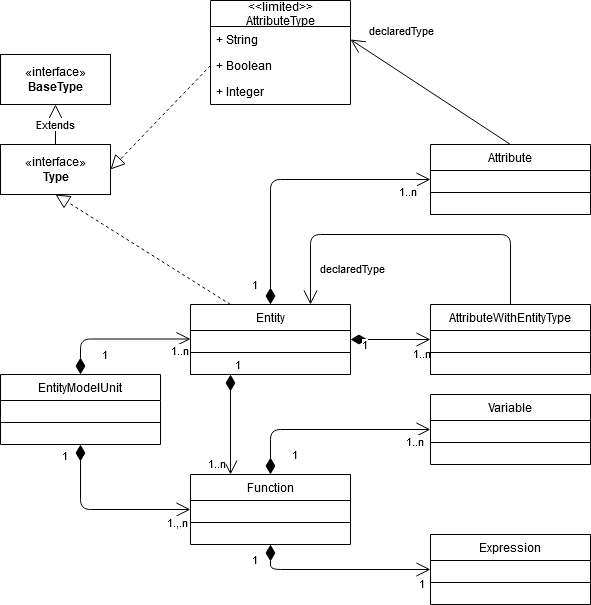
Above: packages/docs/version005/images/example-uml-diagram.png in freon4dsl/Freon4dsl (draw.io), before the change. Source tidied: cells renumbered, new cells last; positions are measured from the earlier drawing's top-left corner, leaving out a move shared by most shapes. The source it was exported from:
```xml
<mxGraphModel>
  <root>
    <mxCell id="0" />
    <mxCell id="1" parent="0" />
    <mxCell id="2" value="EntityModelUnit" style="swimlane;fontStyle=0;align=center;verticalAlign=top;horizontal=1;startSize=26;rounded=0;shadow=0;strokeWidth=1;" parent="1" vertex="1">
      <mxGeometry y="374" width="160" height="70" as="geometry" />
    </mxCell>
    <mxCell id="3" style="line;html=1;strokeWidth=1;align=left;verticalAlign=middle;spacingTop=-1;spacingLeft=3;spacingRight=3;labelPosition=right;" parent="2" vertex="1">
      <mxGeometry y="26" width="160" height="44" as="geometry" />
    </mxCell>
    <mxCell id="4" value="1" style="endArrow=open;html=1;endSize=12;startArrow=diamondThin;startSize=14;startFill=1;edgeStyle=orthogonalEdgeStyle;align=left;verticalAlign=bottom;exitX=0.5;exitY=1;exitDx=0;exitDy=0;entryX=0;entryY=0.5;entryDx=0;entryDy=0;" parent="1" edge="1" source="2" target="31">
      <mxGeometry x="-0.76" y="-20" relative="1" as="geometry" />
    </mxCell>
    <mxCell id="5" value="1.,.n" style="edgeLabel;html=1;align=center;verticalAlign=middle;" parent="4" vertex="1">
      <mxGeometry x="0.84" y="1" relative="1" as="geometry">
        <mxPoint y="13" as="offset" />
      </mxGeometry>
    </mxCell>
    <mxCell id="6" value="Expression" style="swimlane;fontStyle=0;align=center;verticalAlign=top;horizontal=1;startSize=26;rounded=0;shadow=0;strokeWidth=1;" parent="1" vertex="1">
      <mxGeometry x="430" y="534" width="160" height="70" as="geometry" />
    </mxCell>
    <mxCell id="7" style="line;html=1;strokeWidth=1;align=left;verticalAlign=middle;spacingTop=-1;spacingLeft=3;spacingRight=3;labelPosition=right;" parent="6" vertex="1">
      <mxGeometry y="26" width="160" height="44" as="geometry" />
    </mxCell>
    <mxCell id="8" value="1" style="endArrow=open;html=1;endSize=12;startArrow=diamondThin;startSize=14;startFill=1;edgeStyle=orthogonalEdgeStyle;align=left;verticalAlign=bottom;entryX=0;entryY=0.5;entryDx=0;entryDy=0;exitX=0.5;exitY=0;exitDx=0;exitDy=0;" parent="1" edge="1" source="10" target="41">
      <mxGeometry x="-0.93" y="20" relative="1" as="geometry">
        <Array as="points">
          <mxPoint x="270" y="179" />
        </Array>
      </mxGeometry>
    </mxCell>
    <mxCell id="9" value="1..n" style="edgeLabel;html=1;align=center;verticalAlign=middle;" parent="8" vertex="1">
      <mxGeometry x="0.82" relative="1" as="geometry">
        <mxPoint x="1" y="11" as="offset" />
      </mxGeometry>
    </mxCell>
    <mxCell id="10" value="Entity" style="swimlane;fontStyle=0;align=center;verticalAlign=top;horizontal=1;startSize=26;rounded=0;shadow=0;strokeWidth=1;" parent="1" vertex="1">
      <mxGeometry x="190" y="304" width="160" height="70" as="geometry" />
    </mxCell>
    <mxCell id="11" value="1" style="endArrow=open;html=1;endSize=12;startArrow=diamondThin;startSize=14;startFill=1;edgeStyle=orthogonalEdgeStyle;align=left;verticalAlign=bottom;" parent="10" edge="1" source="2">
      <mxGeometry x="-0.86" y="-20" relative="1" as="geometry">
        <mxPoint y="34.5" as="targetPoint" />
        <Array as="points">
          <mxPoint x="-110" y="35" />
        </Array>
      </mxGeometry>
    </mxCell>
    <mxCell id="12" value="1..n" style="edgeLabel;html=1;align=center;verticalAlign=middle;" parent="11" vertex="1">
      <mxGeometry x="0.82" relative="1" as="geometry">
        <mxPoint x="1" y="11" as="offset" />
      </mxGeometry>
    </mxCell>
    <mxCell id="13" style="line;html=1;strokeWidth=1;align=left;verticalAlign=middle;spacingTop=-1;spacingLeft=3;spacingRight=3;labelPosition=right;" parent="10" vertex="1">
      <mxGeometry y="26" width="160" height="44" as="geometry" />
    </mxCell>
    <mxCell id="14" value="1" style="endArrow=open;html=1;endSize=12;startArrow=diamondThin;startSize=14;startFill=1;edgeStyle=orthogonalEdgeStyle;align=left;verticalAlign=bottom;exitX=0.5;exitY=0;exitDx=0;exitDy=0;entryX=0;entryY=0.5;entryDx=0;entryDy=0;" parent="1" edge="1" source="31" target="18">
      <mxGeometry x="-0.37" y="-35" relative="1" as="geometry" />
    </mxCell>
    <mxCell id="15" value="1..n" style="edgeLabel;html=1;align=center;verticalAlign=middle;" parent="14" vertex="1">
      <mxGeometry x="0.82" relative="1" as="geometry">
        <mxPoint x="1" y="11" as="offset" />
      </mxGeometry>
    </mxCell>
    <mxCell id="16" value="1" style="endArrow=open;html=1;endSize=12;startArrow=diamondThin;startSize=14;startFill=1;edgeStyle=orthogonalEdgeStyle;align=left;verticalAlign=bottom;entryX=0;entryY=0.5;entryDx=0;entryDy=0;exitX=0.5;exitY=1;exitDx=0;exitDy=0;" parent="1" edge="1" source="31" target="6">
      <mxGeometry x="-0.73" y="-20" relative="1" as="geometry">
        <mxPoint x="-20" y="-20" as="offset" />
      </mxGeometry>
    </mxCell>
    <mxCell id="17" value="1" style="edgeLabel;html=1;align=center;verticalAlign=middle;" parent="16" vertex="1">
      <mxGeometry x="0.84" y="-1" relative="1" as="geometry">
        <mxPoint x="5" y="12" as="offset" />
      </mxGeometry>
    </mxCell>
    <mxCell id="18" value="Variable" style="swimlane;fontStyle=0;align=center;verticalAlign=top;horizontal=1;startSize=26;rounded=0;shadow=0;strokeWidth=1;" parent="1" vertex="1">
      <mxGeometry x="430" y="394" width="160" height="70" as="geometry" />
    </mxCell>
    <mxCell id="19" style="line;html=1;strokeWidth=1;align=left;verticalAlign=middle;spacingTop=-1;spacingLeft=3;spacingRight=3;labelPosition=right;" parent="18" vertex="1">
      <mxGeometry y="26" width="160" height="44" as="geometry" />
    </mxCell>
    <mxCell id="20" value="«interface»&lt;br&gt;&lt;b&gt;BaseType&lt;/b&gt;" style="html=1;" parent="1" vertex="1">
      <mxGeometry y="54" width="110" height="50" as="geometry" />
    </mxCell>
    <mxCell id="21" value="«interface»&lt;br&gt;&lt;b&gt;Type&lt;/b&gt;" style="html=1;" parent="1" vertex="1">
      <mxGeometry y="144" width="110" height="50" as="geometry" />
    </mxCell>
    <mxCell id="22" style="endArrow=block;dashed=1;endFill=0;endSize=12;html=1;entryX=1;entryY=0.5;entryDx=0;entryDy=0;exitX=0;exitY=0.5;exitDx=0;exitDy=0;" parent="1" edge="1" source="27" target="21">
      <mxGeometry relative="1" as="geometry" />
    </mxCell>
    <mxCell id="23" style="endArrow=block;dashed=1;endFill=0;endSize=12;html=1;exitX=0.25;exitY=0;exitDx=0;exitDy=0;entryX=0.5;entryY=1;entryDx=0;entryDy=0;" parent="1" edge="1" source="10" target="21">
      <mxGeometry relative="1" as="geometry" />
    </mxCell>
    <mxCell id="24" value="Extends" style="endArrow=block;endSize=16;endFill=0;html=1;exitX=0.5;exitY=0;exitDx=0;exitDy=0;entryX=0.5;entryY=1;entryDx=0;entryDy=0;" parent="1" edge="1" source="21" target="20">
      <mxGeometry relative="1" as="geometry" />
    </mxCell>
    <mxCell id="25" value="&lt;&lt;limited&gt;&gt;&#10;AttributeType" style="swimlane;fontStyle=0;horizontal=1;startSize=26;fillColor=none;" parent="1" vertex="1">
      <mxGeometry x="210" width="140" height="104" as="geometry" />
    </mxCell>
    <mxCell id="26" value="+ String" style="text;strokeColor=none;fillColor=none;align=left;verticalAlign=top;spacingLeft=4;spacingRight=4;overflow=hidden;points=[[0,0.5],[1,0.5]];portConstraint=eastwest;" parent="25" vertex="1">
      <mxGeometry y="26" width="140" height="26" as="geometry" />
    </mxCell>
    <mxCell id="27" value="+ Boolean" style="text;strokeColor=none;fillColor=none;align=left;verticalAlign=top;spacingLeft=4;spacingRight=4;overflow=hidden;points=[[0,0.5],[1,0.5]];portConstraint=eastwest;" parent="25" vertex="1">
      <mxGeometry y="52" width="140" height="26" as="geometry" />
    </mxCell>
    <mxCell id="28" value="+ Integer" style="text;strokeColor=none;fillColor=none;align=left;verticalAlign=top;spacingLeft=4;spacingRight=4;overflow=hidden;" parent="25" vertex="1">
      <mxGeometry y="78" width="140" height="26" as="geometry" />
    </mxCell>
    <mxCell id="29" value="1" style="endArrow=open;html=1;endSize=12;startArrow=diamondThin;startSize=14;startFill=1;edgeStyle=orthogonalEdgeStyle;align=left;verticalAlign=bottom;exitX=0.25;exitY=1;exitDx=0;exitDy=0;entryX=0.25;entryY=0;entryDx=0;entryDy=0;" parent="1" edge="1" source="10" target="31">
      <mxGeometry x="-1" y="3" relative="1" as="geometry" />
    </mxCell>
    <mxCell id="30" value="1..n" style="edgeLabel;html=1;align=center;verticalAlign=middle;" parent="29" vertex="1">
      <mxGeometry x="0.76" y="1" relative="1" as="geometry">
        <mxPoint x="-16" as="offset" />
      </mxGeometry>
    </mxCell>
    <mxCell id="31" value="Function" style="swimlane;fontStyle=0;align=center;verticalAlign=top;horizontal=1;startSize=26;rounded=0;shadow=0;strokeWidth=1;" parent="1" vertex="1">
      <mxGeometry x="190" y="474" width="160" height="70" as="geometry" />
    </mxCell>
    <mxCell id="32" style="line;html=1;strokeWidth=1;align=left;verticalAlign=middle;spacingTop=-1;spacingLeft=3;spacingRight=3;labelPosition=right;" parent="31" vertex="1">
      <mxGeometry y="26" width="160" height="44" as="geometry" />
    </mxCell>
    <mxCell id="33" style="endArrow=open;endFill=1;endSize=12;html=1;exitX=0.5;exitY=0;exitDx=0;exitDy=0;entryX=1;entryY=0.5;entryDx=0;entryDy=0;" parent="1" edge="1" source="41" target="26">
      <mxGeometry relative="1" as="geometry" />
    </mxCell>
    <mxCell id="34" value="declaredType" style="edgeLabel;html=1;align=center;verticalAlign=middle;" parent="33" vertex="1">
      <mxGeometry x="0.88" relative="1" as="geometry">
        <mxPoint x="41.5" y="-16.1" as="offset" />
      </mxGeometry>
    </mxCell>
    <mxCell id="35" value="1" style="endArrow=open;html=1;endSize=12;startArrow=diamondThin;startSize=14;startFill=1;edgeStyle=orthogonalEdgeStyle;align=left;verticalAlign=bottom;entryX=0;entryY=0.5;entryDx=0;entryDy=0;exitX=1;exitY=0.5;exitDx=0;exitDy=0;" parent="1" edge="1" source="10" target="39">
      <mxGeometry x="-0.75" y="-15" relative="1" as="geometry" />
    </mxCell>
    <mxCell id="36" value="1..n" style="edgeLabel;html=1;align=center;verticalAlign=middle;" parent="35" vertex="1">
      <mxGeometry x="0.82" relative="1" as="geometry">
        <mxPoint x="-3" y="13" as="offset" />
      </mxGeometry>
    </mxCell>
    <mxCell id="37" style="endArrow=open;endFill=1;endSize=12;html=1;exitX=0.5;exitY=0;exitDx=0;exitDy=0;entryX=0.75;entryY=0;entryDx=0;entryDy=0;" parent="1" edge="1" source="39" target="10">
      <mxGeometry relative="1" as="geometry">
        <Array as="points">
          <mxPoint x="510" y="234" />
          <mxPoint x="310" y="234" />
        </Array>
      </mxGeometry>
    </mxCell>
    <mxCell id="38" value="declaredType" style="edgeLabel;html=1;align=center;verticalAlign=middle;" parent="37" vertex="1">
      <mxGeometry x="0.88" relative="1" as="geometry">
        <mxPoint x="41.5" y="-16.1" as="offset" />
      </mxGeometry>
    </mxCell>
    <mxCell id="39" value="AttributeWithEntityType" style="swimlane;fontStyle=0;align=center;verticalAlign=top;horizontal=1;startSize=26;rounded=0;shadow=0;strokeWidth=1;" parent="1" vertex="1">
      <mxGeometry x="430" y="304" width="160" height="70" as="geometry" />
    </mxCell>
    <mxCell id="40" style="line;html=1;strokeWidth=1;align=left;verticalAlign=middle;spacingTop=-1;spacingLeft=3;spacingRight=3;labelPosition=right;" parent="39" vertex="1">
      <mxGeometry y="26" width="160" height="44" as="geometry" />
    </mxCell>
    <mxCell id="41" value="Attribute" style="swimlane;fontStyle=0;align=center;verticalAlign=top;horizontal=1;startSize=26;rounded=0;shadow=0;strokeWidth=1;" parent="1" vertex="1">
      <mxGeometry x="430" y="144" width="160" height="70" as="geometry" />
    </mxCell>
    <mxCell id="42" style="line;html=1;strokeWidth=1;align=left;verticalAlign=middle;spacingTop=-1;spacingLeft=3;spacingRight=3;labelPosition=right;" parent="41" vertex="1">
      <mxGeometry y="26" width="160" height="44" as="geometry" />
    </mxCell>
  </root>
</mxGraphModel>
```
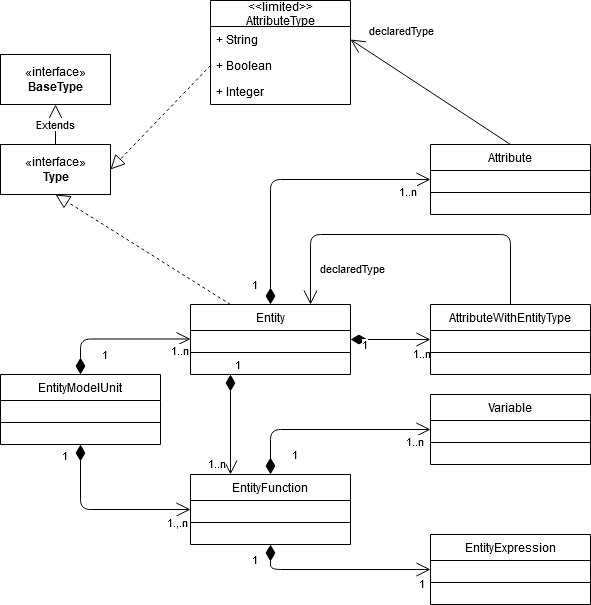
The same diagram one commit later.

Change to the diagram source:
```diff
@@ -16,7 +16,7 @@
         <mxPoint y="13" as="offset" />
       </mxGeometry>
     </mxCell>
-    <mxCell id="6" value="Expression" style="swimlane;fontStyle=0;align=center;verticalAlign=top;horizontal=1;startSize=26;rounded=0;shadow=0;strokeWidth=1;" parent="1" vertex="1">
+    <mxCell id="6" value="EntityExpression" style="swimlane;fontStyle=0;align=center;verticalAlign=top;horizontal=1;startSize=26;rounded=0;shadow=0;strokeWidth=1;" parent="1" vertex="1">
       <mxGeometry x="430" y="534" width="160" height="70" as="geometry" />
     </mxCell>
     <mxCell id="7" style="line;html=1;strokeWidth=1;align=left;verticalAlign=middle;spacingTop=-1;spacingLeft=3;spacingRight=3;labelPosition=right;" parent="6" vertex="1">
@@ -112,7 +112,7 @@
         <mxPoint x="-16" as="offset" />
       </mxGeometry>
     </mxCell>
-    <mxCell id="31" value="Function" style="swimlane;fontStyle=0;align=center;verticalAlign=top;horizontal=1;startSize=26;rounded=0;shadow=0;strokeWidth=1;" parent="1" vertex="1">
+    <mxCell id="31" value="EntityFunction" style="swimlane;fontStyle=0;align=center;verticalAlign=top;horizontal=1;startSize=26;rounded=0;shadow=0;strokeWidth=1;" parent="1" vertex="1">
       <mxGeometry x="190" y="474" width="160" height="70" as="geometry" />
     </mxCell>
     <mxCell id="32" style="line;html=1;strokeWidth=1;align=left;verticalAlign=middle;spacingTop=-1;spacingLeft=3;spacingRight=3;labelPosition=right;" parent="31" vertex="1">
```
